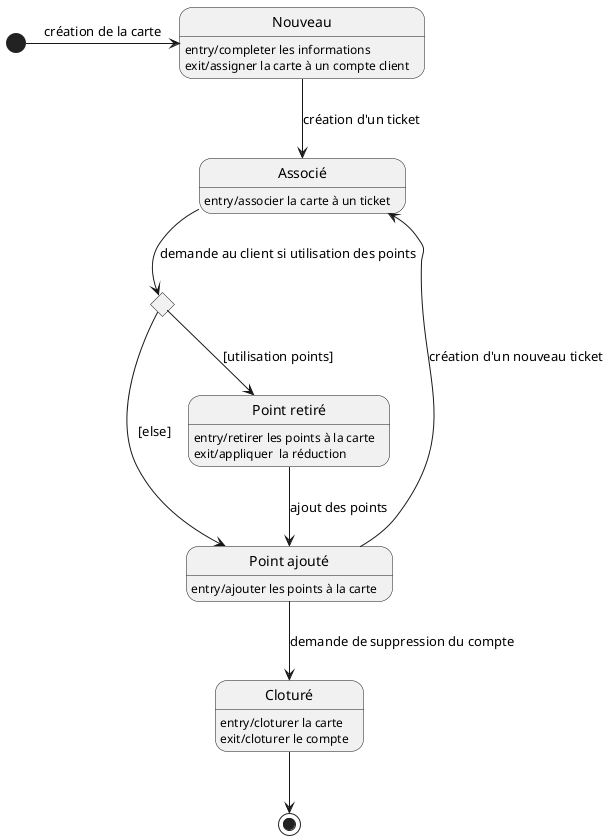
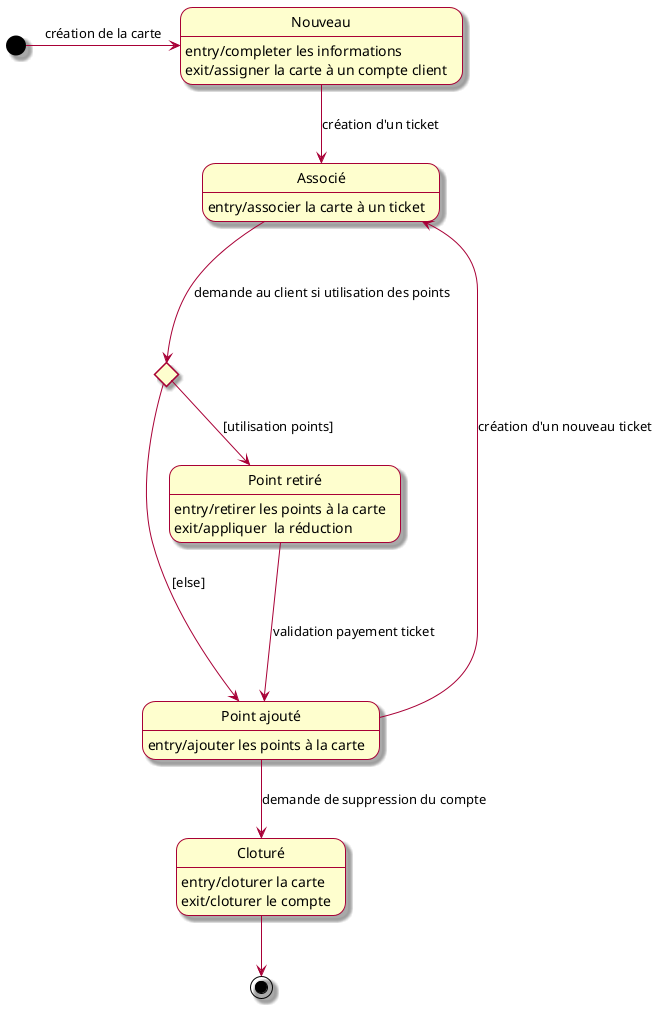
@startuml
+ skin rose
state choice <<choice>>

state "Nouveau" as nouv
nouv: entry/completer les informations
nouv: exit/assigner la carte à un compte client

state "Associé" as asso
asso: entry/associer la carte à un ticket

state "Point ajouté" as ptajout
ptajout: entry/ajouter les points à la carte

state "Point retiré" as ptret
ptret: entry/retirer les points à la carte
ptret: exit/appliquer  la réduction

state "Cloturé" as clot
clot: entry/cloturer la carte
clot: exit/cloturer le compte

[*] -right-> nouv :création de la carte
nouv --> asso :création d'un ticket

- asso --> choice :demande au client si utilisation des points
+ asso ---> choice :demande au client si utilisation des points
choice --> ptret :[utilisation points]
choice --> ptajout :[else]
- ptret --> ptajout :ajout des points
+ ptret ---> ptajout :validation payement ticket

- ptajout --> asso :création d'un nouveau ticket
+ ptajout -----> asso :création d'un nouveau ticket
ptajout --> clot :demande de suppression du compte
clot --> [*]
@enduml
